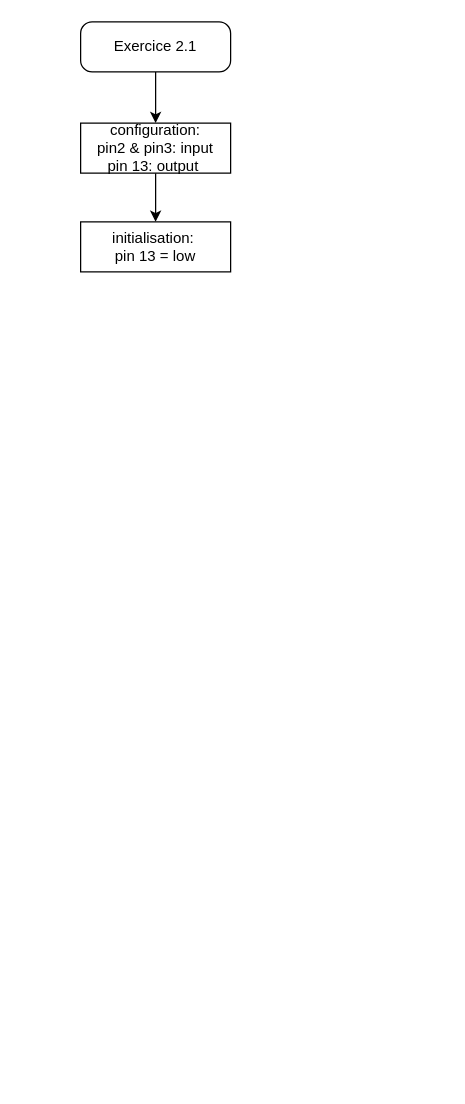
Earlier version of the draw.io diagram Ex 2.1.drawio (AlcalinePT/Arduino). Source tidied: cells renumbered, new cells numbered last; positions are measured from the earlier drawing's top-left corner, leaving out a move shared by most shapes. Both pictures are drawn from the tidied source at 125%, with x=0, y=0 at pixel (80, 21).
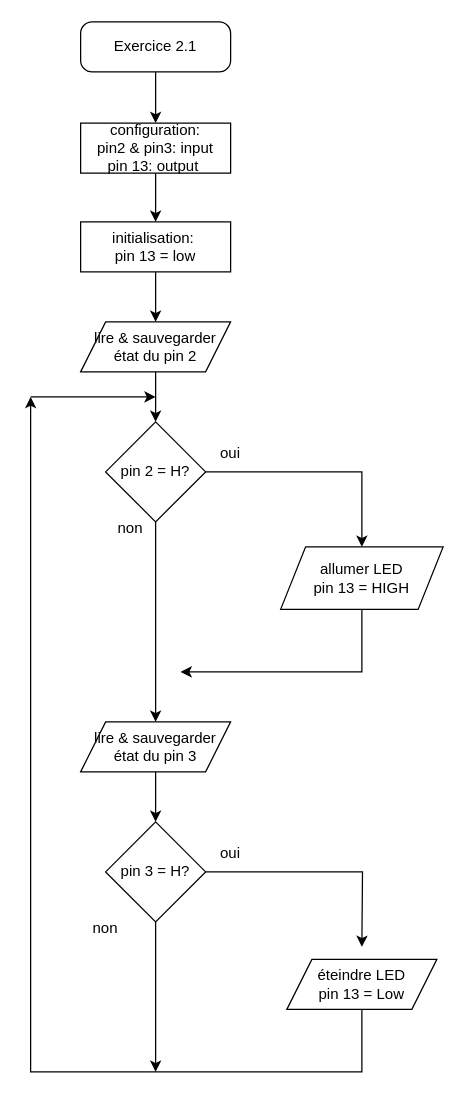
After the change.

The change refers to these unchanged cells:
```xml
<mxCell id="6" value="initialisation:&amp;nbsp;&lt;br&gt;pin 13 = low" style="rounded=0;whiteSpace=wrap;html=1;" parent="1" vertex="1">
  <mxGeometry y="160" width="120" height="40" as="geometry" />
</mxCell>
```

Diff of the diagram source:
```diff
@@
+    <mxCell id="7" style="edgeStyle=orthogonalEdgeStyle;rounded=0;jettySize=auto;html=1;" parent="1" edge="1" source="6" target="16">
+      <mxGeometry relative="1" as="geometry" />
+    </mxCell>
@@
+    <mxCell id="8" style="edgeStyle=orthogonalEdgeStyle;rounded=0;jettySize=auto;html=1;" parent="1" edge="1" source="10" target="12">
+      <mxGeometry relative="1" as="geometry" />
+    </mxCell>
+    <mxCell id="9" style="edgeStyle=orthogonalEdgeStyle;rounded=0;jettySize=auto;html=1;exitX=0.5;exitY=1;exitDx=0;exitDy=0;" parent="1" edge="1" source="10">
+      <mxGeometry relative="1" as="geometry">
+        <mxPoint x="60" y="560" as="targetPoint" />
+      </mxGeometry>
+    </mxCell>
+    <mxCell id="10" value="pin 2 = H?" style="rhombus;whiteSpace=wrap;html=1;" parent="1" vertex="1">
+      <mxGeometry x="20" y="320" width="80" height="80" as="geometry" />
+    </mxCell>
+    <mxCell id="11" style="edgeStyle=orthogonalEdgeStyle;rounded=0;jettySize=auto;html=1;exitX=0.5;exitY=1;exitDx=0;exitDy=0;" parent="1" edge="1" source="12">
+      <mxGeometry relative="1" as="geometry">
+        <mxPoint x="80" y="520" as="targetPoint" />
+        <Array as="points">
+          <mxPoint x="225" y="520" />
+        </Array>
+      </mxGeometry>
+    </mxCell>
+    <mxCell id="12" value="allumer LED&lt;br&gt;pin 13 = HIGH" style="shape=parallelogram;perimeter=parallelogramPerimeter;whiteSpace=wrap;html=1;fixedSize=1;" parent="1" vertex="1">
+      <mxGeometry x="160" y="420" width="130" height="50" as="geometry" />
+    </mxCell>
+    <mxCell id="13" value="oui" style="text;html=1;strokeColor=none;fillColor=none;align=center;verticalAlign=middle;whiteSpace=wrap;rounded=0;" parent="1" vertex="1">
+      <mxGeometry x="90" y="330" width="60" height="30" as="geometry" />
+    </mxCell>
+    <mxCell id="14" value="non" style="text;html=1;strokeColor=none;fillColor=none;align=center;verticalAlign=middle;whiteSpace=wrap;rounded=0;" parent="1" vertex="1">
+      <mxGeometry x="10" y="390" width="60" height="30" as="geometry" />
+    </mxCell>
+    <mxCell id="15" style="edgeStyle=orthogonalEdgeStyle;rounded=0;jettySize=auto;html=1;entryX=0.5;entryY=0;entryDx=0;entryDy=0;" parent="1" edge="1" source="16" target="10">
+      <mxGeometry relative="1" as="geometry" />
+    </mxCell>
+    <mxCell id="16" value="lire &amp;amp; sauvegarder état du pin 2" style="shape=parallelogram;perimeter=parallelogramPerimeter;whiteSpace=wrap;html=1;fixedSize=1;" parent="1" vertex="1">
+      <mxGeometry y="240" width="120" height="40" as="geometry" />
+    </mxCell>
+    <mxCell id="17" style="edgeStyle=orthogonalEdgeStyle;rounded=0;jettySize=auto;html=1;" parent="1" edge="1" source="19">
+      <mxGeometry relative="1" as="geometry">
+        <mxPoint x="225" y="740" as="targetPoint" />
+      </mxGeometry>
+    </mxCell>
+    <mxCell id="18" style="edgeStyle=orthogonalEdgeStyle;rounded=0;jettySize=auto;html=1;" parent="1" edge="1" source="19">
+      <mxGeometry relative="1" as="geometry">
+        <mxPoint x="60" y="840" as="targetPoint" />
+      </mxGeometry>
+    </mxCell>
+    <mxCell id="19" value="pin 3 = H?" style="rhombus;whiteSpace=wrap;html=1;" parent="1" vertex="1">
+      <mxGeometry x="20" y="640" width="80" height="80" as="geometry" />
+    </mxCell>
+    <mxCell id="20" style="edgeStyle=orthogonalEdgeStyle;rounded=0;orthogonalLoop=1;jettySize=auto;html=1;exitX=0.5;exitY=1;exitDx=0;exitDy=0;" parent="1" edge="1">
+      <mxGeometry relative="1" as="geometry">
+        <mxPoint x="225" y="790" as="sourcePoint" />
+        <mxPoint x="-40" y="300" as="targetPoint" />
+        <Array as="points">
+          <mxPoint x="225" y="840" />
+        </Array>
+      </mxGeometry>
+    </mxCell>
+    <mxCell id="21" value="oui" style="text;html=1;strokeColor=none;fillColor=none;align=center;verticalAlign=middle;whiteSpace=wrap;rounded=0;" parent="1" vertex="1">
+      <mxGeometry x="90" y="650" width="60" height="30" as="geometry" />
+    </mxCell>
+    <mxCell id="22" value="non" style="text;html=1;strokeColor=none;fillColor=none;align=center;verticalAlign=middle;whiteSpace=wrap;rounded=0;" parent="1" vertex="1">
+      <mxGeometry x="-10" y="710" width="60" height="30" as="geometry" />
+    </mxCell>
+    <mxCell id="23" style="edgeStyle=orthogonalEdgeStyle;rounded=0;jettySize=auto;html=1;entryX=0.5;entryY=0;entryDx=0;entryDy=0;" parent="1" edge="1" source="24" target="19">
+      <mxGeometry relative="1" as="geometry" />
+    </mxCell>
+    <mxCell id="24" value="lire &amp;amp; sauvegarder état du pin 3" style="shape=parallelogram;perimeter=parallelogramPerimeter;whiteSpace=wrap;html=1;fixedSize=1;" parent="1" vertex="1">
+      <mxGeometry y="560" width="120" height="40" as="geometry" />
+    </mxCell>
+    <mxCell id="25" value="éteindre LED&lt;br&gt;pin 13 = Low" style="shape=parallelogram;perimeter=parallelogramPerimeter;whiteSpace=wrap;html=1;fixedSize=1;" parent="1" vertex="1">
+      <mxGeometry x="165" y="750" width="120" height="40" as="geometry" />
+    </mxCell>
+    <mxCell id="26" style="endArrow=classic;html=1;rounded=0;" parent="1" edge="1">
+      <mxGeometry relative="1" as="geometry">
+        <mxPoint x="-40" y="300" as="sourcePoint" />
+        <mxPoint x="60" y="300" as="targetPoint" />
+      </mxGeometry>
+    </mxCell>
```
